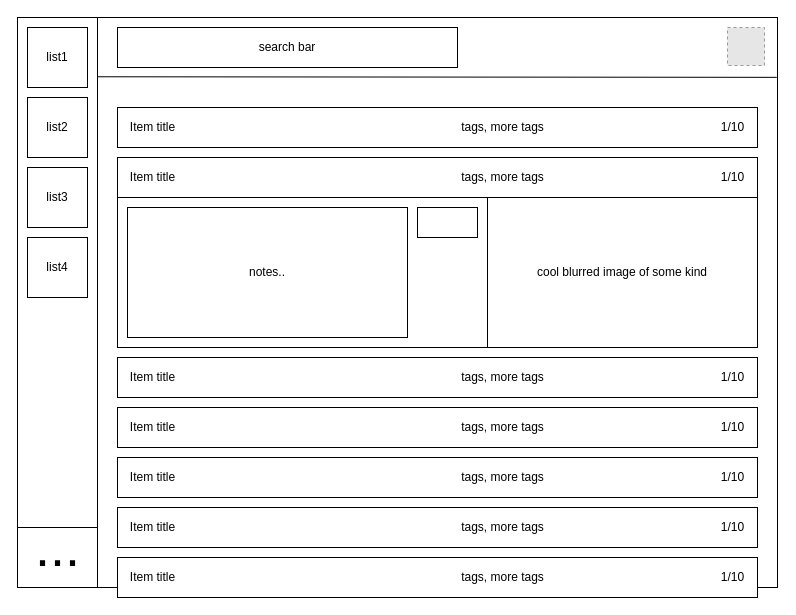
The draw.io diagram project-styling.drawio in HoldenErnest/List, before the edit. Source tidied: cells renumbered, new cells numbered last; positions are measured from the earlier drawing's top-left corner, leaving out a move shared by most shapes. Both pictures are drawn from the tidied source at 100%, with x=0, y=0 at pixel (17, 17). Pictures stored in the file or linked from it are replaced by grey dashed boxes.
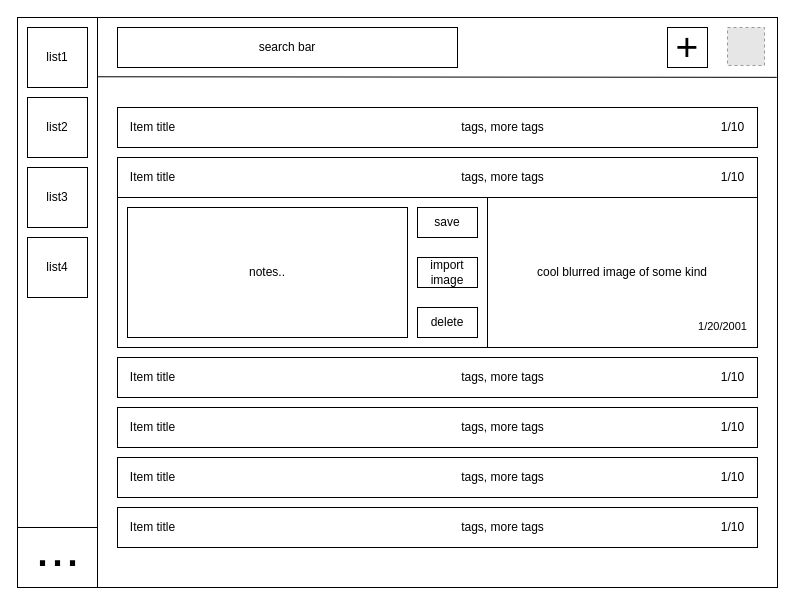
Above is the later version.

Diff of the diagram source:
```diff
@@
     <mxCell id="35" style="group;" parent="1" vertex="1">
-      <mxGeometry x="100" y="490" width="640" height="40" as="geometry" />
+      <mxGeometry x="100" y="490" width="650" height="65" as="geometry" />
     </mxCell>
@@
-    <mxCell id="40" style="group;" parent="1" vertex="1">
-      <mxGeometry x="100" y="540" width="640" height="40" as="geometry" />
-    </mxCell>
-    <mxCell id="41" style="rounded=0;whiteSpace=wrap;html=1;" parent="40" vertex="1">
-      <mxGeometry width="640" height="40" as="geometry" />
-    </mxCell>
-    <mxCell id="42" value="Item title" style="text;html=1;align=center;verticalAlign=middle;strokeColor=none;fillColor=none;" parent="40" vertex="1">
-      <mxGeometry y="5" width="70" height="30" as="geometry" />
-    </mxCell>
-    <mxCell id="43" value="tags, more tags" style="text;html=1;align=center;verticalAlign=middle;strokeColor=none;fillColor=none;" parent="40" vertex="1">
-      <mxGeometry x="330" y="5" width="110" height="30" as="geometry" />
-    </mxCell>
-    <mxCell id="44" value="1/10" style="text;html=1;align=center;verticalAlign=middle;strokeColor=none;fillColor=none;" parent="40" vertex="1">
-      <mxGeometry x="590" y="5" width="50" height="30" as="geometry" />
-    </mxCell>
@@
-    <mxCell id="51" style="whiteSpace=wrap;html=1;" parent="1" vertex="1">
+    <mxCell id="51" value="save" style="whiteSpace=wrap;html=1;" parent="1" vertex="1">
       <mxGeometry x="400" y="190" width="60" height="30" as="geometry" />
     </mxCell>
+    <mxCell id="52" value="import image" style="whiteSpace=wrap;html=1;" parent="1" vertex="1">
+      <mxGeometry x="400" y="240" width="60" height="30" as="geometry" />
+    </mxCell>
+    <mxCell id="53" value="&lt;font style=&quot;font-size: 39px;&quot;&gt;+&lt;/font&gt;" style="whiteSpace=wrap;html=1;" parent="1" vertex="1">
+      <mxGeometry x="650" y="10" width="40" height="40" as="geometry" />
+    </mxCell>
+    <mxCell id="54" value="delete" style="whiteSpace=wrap;html=1;" parent="1" vertex="1">
+      <mxGeometry x="400" y="290" width="60" height="30" as="geometry" />
+    </mxCell>
+    <mxCell id="55" value="&lt;span style=&quot;font-size: 11px;&quot;&gt;1/20/2001&lt;/span&gt;" style="text;html=1;align=center;verticalAlign=middle;strokeColor=none;fillColor=none;fontSize=39;" parent="1" vertex="1">
+      <mxGeometry x="670" y="270" width="70" height="60" as="geometry" />
+    </mxCell>
```
